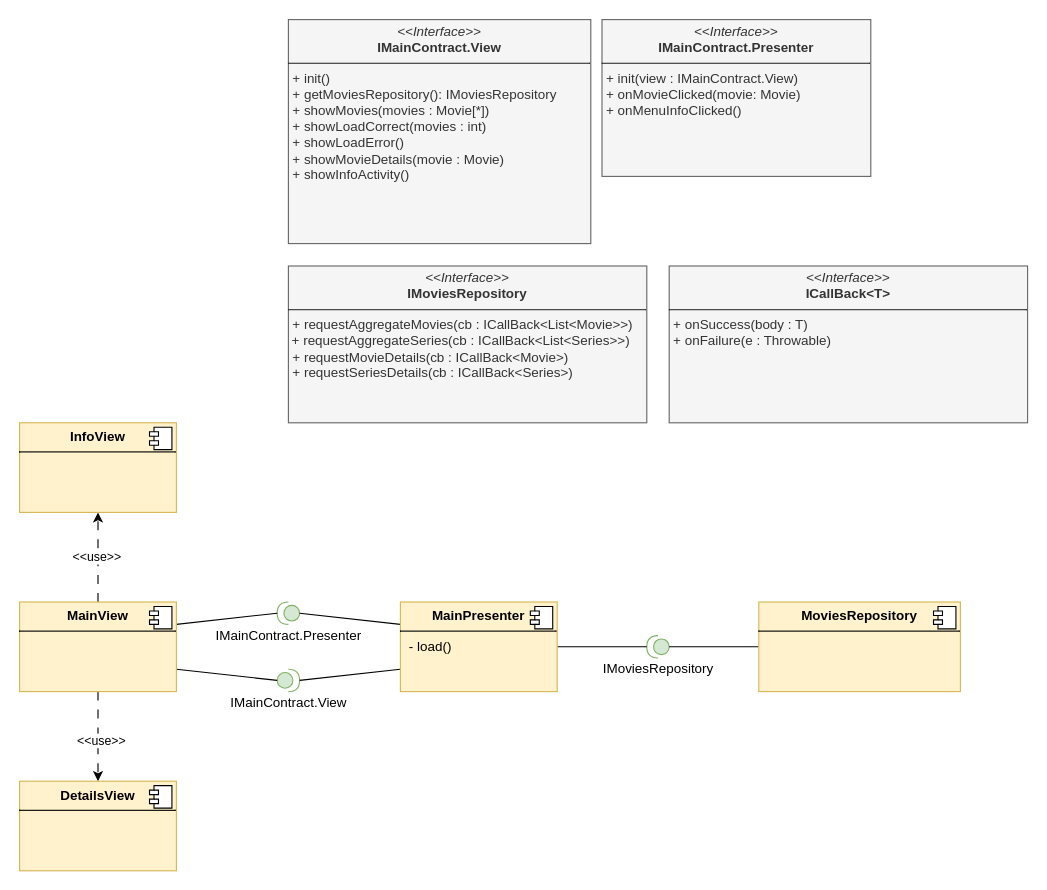
Earlier version of the draw.io diagram Docs/Models/architecture.drawio (isunican/App-Movies-Grupo2). Source tidied: cells renumbered, new cells numbered last; positions are measured from the earlier drawing's top-left corner, leaving out a move shared by most shapes. Both pictures are drawn from the tidied source at 112%, with x=0, y=0 at pixel (19, 19).
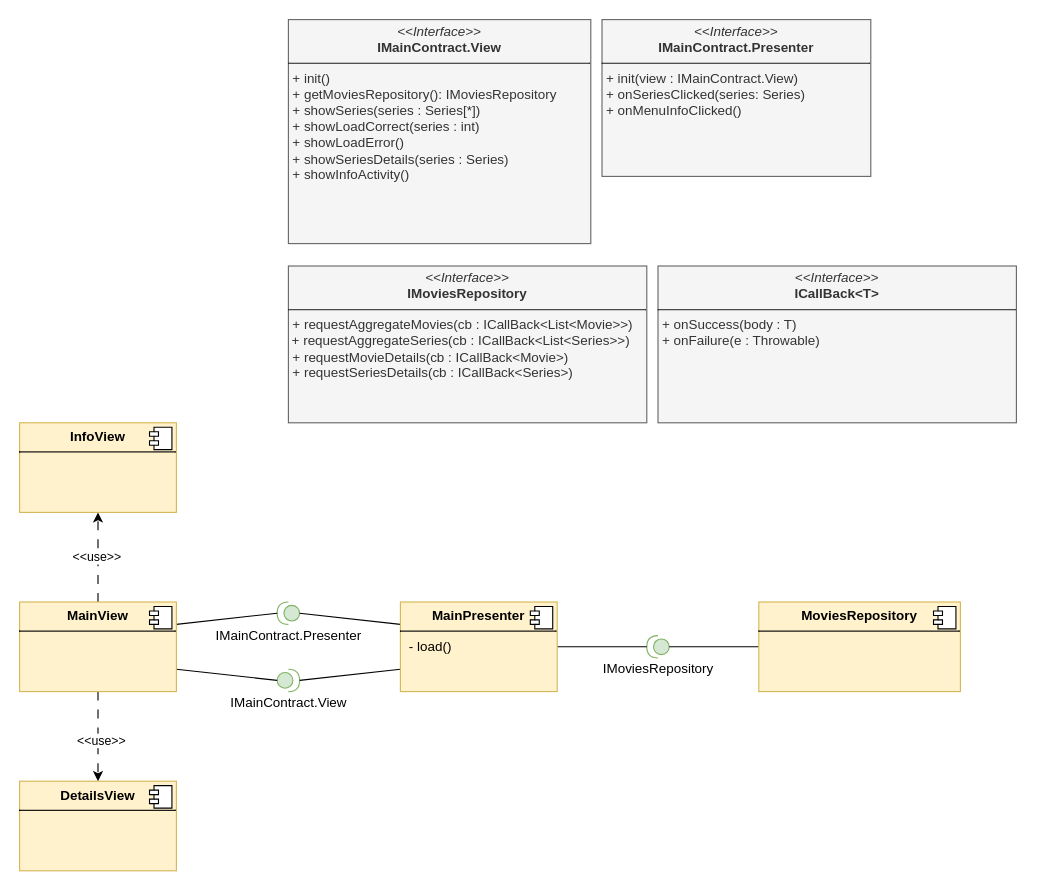
Above is the later version.

Commit message (it also covers changes not shown here):
update architecture diagram

The edit, as a diff of the source:
```diff
@@
-    <mxCell id="2" value="&lt;p style=&quot;margin:0px;margin-top:4px;text-align:center;&quot;&gt;&lt;i&gt;&amp;lt;&amp;lt;Interface&amp;gt;&amp;gt;&lt;/i&gt;&lt;br&gt;&lt;b&gt;IMainContract.View&lt;/b&gt;&lt;/p&gt;&lt;hr size=&quot;1&quot; style=&quot;border-style:solid;&quot;&gt;&lt;p style=&quot;margin:0px;margin-left:4px;&quot;&gt;+ init()&lt;br&gt;+ getMoviesRepository(): IMoviesRepository&lt;/p&gt;&lt;p style=&quot;margin:0px;margin-left:4px;&quot;&gt;+ showMovies(movies : Movie[*])&lt;/p&gt;&lt;p style=&quot;margin:0px;margin-left:4px;&quot;&gt;+ showLoadCorrect(movies : int)&lt;/p&gt;&lt;p style=&quot;margin:0px;margin-left:4px;&quot;&gt;+ showLoadError()&lt;/p&gt;&lt;p style=&quot;margin:0px;margin-left:4px;&quot;&gt;+ showMovieDetails(movie : Movie)&lt;/p&gt;&lt;p style=&quot;margin:0px;margin-left:4px;&quot;&gt;+ showInfoActivity()&lt;/p&gt;" style="verticalAlign=top;align=left;overflow=fill;html=1;whiteSpace=wrap;fillColor=#f5f5f5;fontColor=#333333;strokeColor=#666666;" parent="1" vertex="1">
+    <mxCell id="2" value="&lt;p style=&quot;margin:0px;margin-top:4px;text-align:center;&quot;&gt;&lt;i&gt;&amp;lt;&amp;lt;Interface&amp;gt;&amp;gt;&lt;/i&gt;&lt;br&gt;&lt;b&gt;IMainContract.View&lt;/b&gt;&lt;/p&gt;&lt;hr size=&quot;1&quot; style=&quot;border-style:solid;&quot;&gt;&lt;p style=&quot;margin:0px;margin-left:4px;&quot;&gt;+ init()&lt;br&gt;+ getMoviesRepository(): IMoviesRepository&lt;/p&gt;&lt;p style=&quot;margin:0px;margin-left:4px;&quot;&gt;+ showSeries(series : Series[*])&lt;/p&gt;&lt;p style=&quot;margin:0px;margin-left:4px;&quot;&gt;+ showLoadCorrect(series : int)&lt;/p&gt;&lt;p style=&quot;margin:0px;margin-left:4px;&quot;&gt;+ showLoadError()&lt;/p&gt;&lt;p style=&quot;margin:0px;margin-left:4px;&quot;&gt;+ showSeriesDetails(series : Series)&lt;/p&gt;&lt;p style=&quot;margin:0px;margin-left:4px;&quot;&gt;+ showInfoActivity()&lt;/p&gt;" style="verticalAlign=top;align=left;overflow=fill;html=1;whiteSpace=wrap;fillColor=#f5f5f5;fontColor=#333333;strokeColor=#666666;" parent="1" vertex="1">
       <mxGeometry x="240" width="270" height="200" as="geometry" />
     </mxCell>
@@
-    <mxCell id="22" value="&lt;p style=&quot;margin:0px;margin-top:4px;text-align:center;&quot;&gt;&lt;i&gt;&amp;lt;&amp;lt;Interface&amp;gt;&amp;gt;&lt;/i&gt;&lt;br&gt;&lt;b&gt;IMainContract.Presenter&lt;/b&gt;&lt;/p&gt;&lt;hr size=&quot;1&quot; style=&quot;border-style:solid;&quot;&gt;&lt;p style=&quot;margin:0px;margin-left:4px;&quot;&gt;+ init(view : IMainContract.View)&lt;br&gt;+ onMovieClicked(movie: Movie)&lt;/p&gt;&lt;p style=&quot;margin:0px;margin-left:4px;&quot;&gt;+ onMenuInfoClicked()&lt;/p&gt;" style="verticalAlign=top;align=left;overflow=fill;html=1;whiteSpace=wrap;fillColor=#f5f5f5;fontColor=#333333;strokeColor=#666666;" parent="1" vertex="1">
+    <mxCell id="22" value="&lt;p style=&quot;margin:0px;margin-top:4px;text-align:center;&quot;&gt;&lt;i&gt;&amp;lt;&amp;lt;Interface&amp;gt;&amp;gt;&lt;/i&gt;&lt;br&gt;&lt;b&gt;IMainContract.Presenter&lt;/b&gt;&lt;/p&gt;&lt;hr size=&quot;1&quot; style=&quot;border-style:solid;&quot;&gt;&lt;p style=&quot;margin:0px;margin-left:4px;&quot;&gt;+ init(view : IMainContract.View)&lt;br&gt;+ onSeriesClicked(series: Series)&lt;/p&gt;&lt;p style=&quot;margin:0px;margin-left:4px;&quot;&gt;+ onMenuInfoClicked()&lt;/p&gt;" style="verticalAlign=top;align=left;overflow=fill;html=1;whiteSpace=wrap;fillColor=#f5f5f5;fontColor=#333333;strokeColor=#666666;" parent="1" vertex="1">
       <mxGeometry x="520" width="240" height="140" as="geometry" />
     </mxCell>
@@
     <mxCell id="24" value="&lt;p style=&quot;margin:0px;margin-top:4px;text-align:center;&quot;&gt;&lt;i&gt;&amp;lt;&amp;lt;Interface&amp;gt;&amp;gt;&lt;/i&gt;&lt;br&gt;&lt;b&gt;ICallBack&amp;lt;T&amp;gt;&lt;/b&gt;&lt;/p&gt;&lt;hr size=&quot;1&quot; style=&quot;border-style:solid;&quot;&gt;&lt;p style=&quot;margin:0px;margin-left:4px;&quot;&gt;+ onSuccess(body : T)&lt;/p&gt;&lt;p style=&quot;margin:0px;margin-left:4px;&quot;&gt;+ onFailure(e : Throwable)&lt;/p&gt;" style="verticalAlign=top;align=left;overflow=fill;html=1;whiteSpace=wrap;fillColor=#f5f5f5;fontColor=#333333;strokeColor=#666666;" parent="1" vertex="1">
-      <mxGeometry x="580" y="220" width="320" height="140" as="geometry" />
+      <mxGeometry x="570" y="220" width="320" height="140" as="geometry" />
     </mxCell>
```
